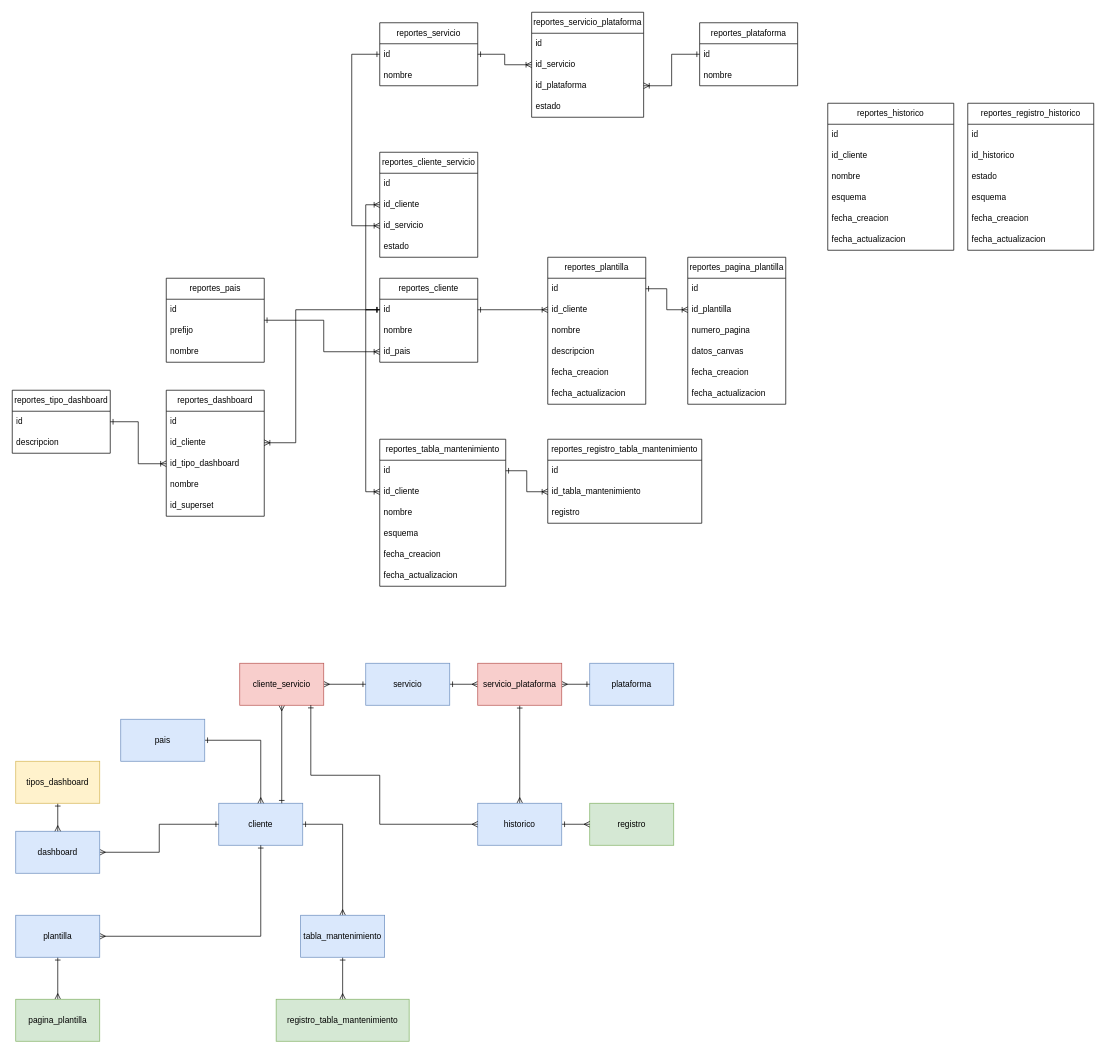
Above: Diagrama sin título.drawio in Ever-417/diagramas (draw.io), before the change. Source tidied: cells renumbered, new cells numbered last; positions are measured from the earlier drawing's top-left corner, leaving out a move shared by most shapes. Both pictures are drawn from the tidied source at 70%, with x=0, y=0 at pixel (12, 12).
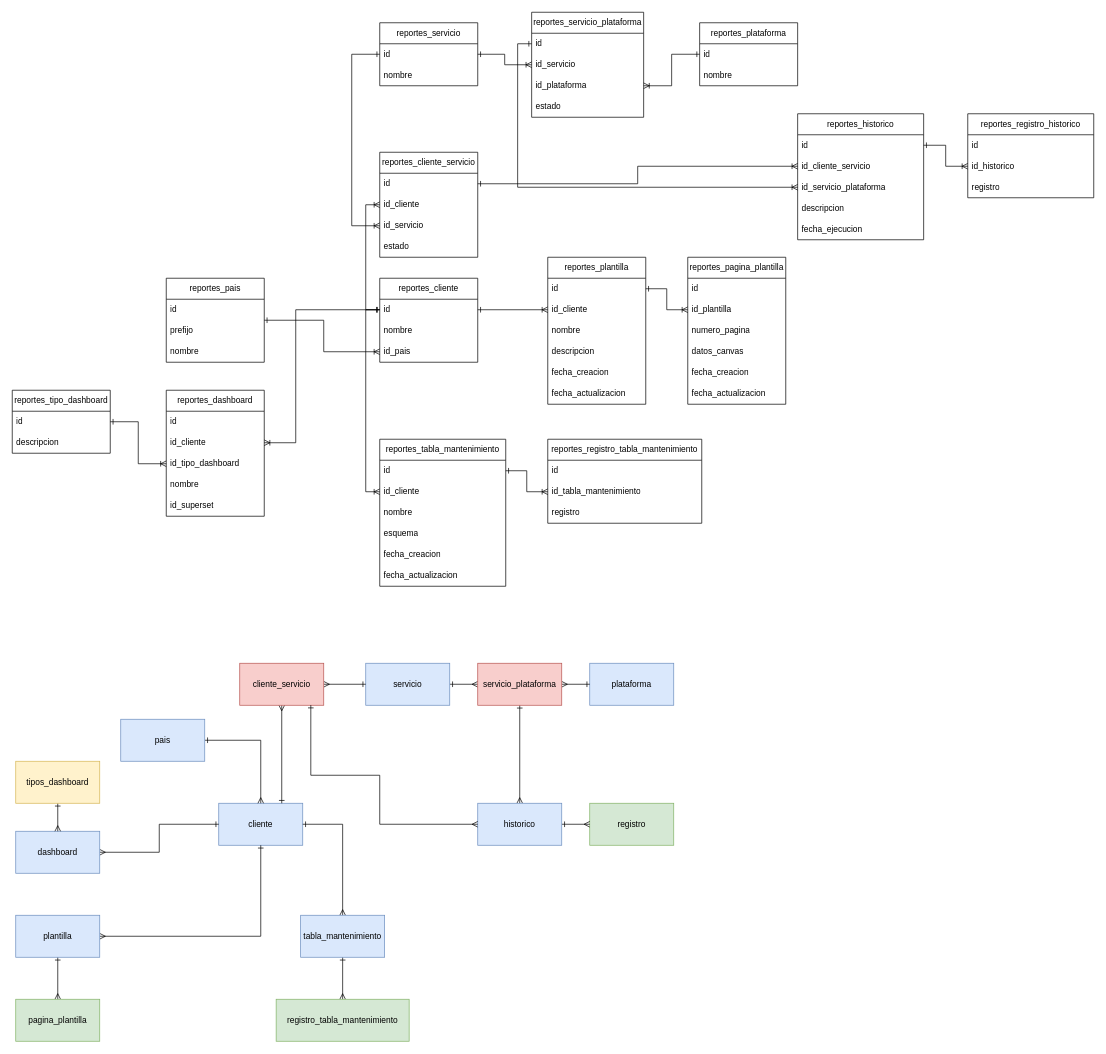
After the change.

Unchanged cells that the change refers to:
```xml
<mxCell id="73" value="id" style="text;strokeColor=none;fillColor=none;align=left;verticalAlign=middle;spacingLeft=4;spacingRight=4;overflow=hidden;points=[[0,0.5],[1,0.5]];portConstraint=eastwest;whiteSpace=wrap;html=1;" parent="72" vertex="1">
  <mxGeometry y="30" width="140" height="30" as="geometry" />
</mxCell>
<mxCell id="78" value="id" style="text;strokeColor=none;fillColor=none;align=left;verticalAlign=middle;spacingLeft=4;spacingRight=4;overflow=hidden;points=[[0,0.5],[1,0.5]];portConstraint=eastwest;whiteSpace=wrap;html=1;" parent="77" vertex="1">
  <mxGeometry y="30" width="160" height="30" as="geometry" />
</mxCell>
<mxCell id="100" value="id" style="text;strokeColor=none;fillColor=none;align=left;verticalAlign=middle;spacingLeft=4;spacingRight=4;overflow=hidden;points=[[0,0.5],[1,0.5]];portConstraint=eastwest;whiteSpace=wrap;html=1;" parent="99" vertex="1">
  <mxGeometry y="30" width="180" height="30" as="geometry" />
</mxCell>
<mxCell id="108" value="id_historico" style="text;strokeColor=none;fillColor=none;align=left;verticalAlign=middle;spacingLeft=4;spacingRight=4;overflow=hidden;points=[[0,0.5],[1,0.5]];portConstraint=eastwest;whiteSpace=wrap;html=1;" parent="106" vertex="1">
  <mxGeometry y="60" width="180" height="30" as="geometry" />
</mxCell>
```

The edit, as a diff of the source:
```diff
@@
     <mxCell id="99" value="reportes_historico" style="swimlane;fontStyle=0;horizontal=1;startSize=30;whiteSpace=wrap;html=1;" parent="1" vertex="1">
-      <mxGeometry x="1165" y="130" width="180" height="210" as="geometry" />
+      <mxGeometry x="1122" y="145" width="180" height="180" as="geometry" />
     </mxCell>
@@
-    <mxCell id="101" value="id_cliente" style="text;strokeColor=none;fillColor=none;align=left;verticalAlign=middle;spacingLeft=4;spacingRight=4;overflow=hidden;points=[[0,0.5],[1,0.5]];portConstraint=eastwest;whiteSpace=wrap;html=1;" parent="99" vertex="1">
+    <mxCell id="101" value="id_cliente_servicio" style="text;strokeColor=none;fillColor=none;align=left;verticalAlign=middle;spacingLeft=4;spacingRight=4;overflow=hidden;points=[[0,0.5],[1,0.5]];portConstraint=eastwest;whiteSpace=wrap;html=1;" parent="99" vertex="1">
       <mxGeometry y="60" width="180" height="30" as="geometry" />
     </mxCell>
-    <mxCell id="102" value="nombre" style="text;strokeColor=none;fillColor=none;align=left;verticalAlign=middle;spacingLeft=4;spacingRight=4;overflow=hidden;points=[[0,0.5],[1,0.5]];portConstraint=eastwest;whiteSpace=wrap;html=1;" parent="99" vertex="1">
+    <mxCell id="102" value="id_servicio_plataforma" style="text;strokeColor=none;fillColor=none;align=left;verticalAlign=middle;spacingLeft=4;spacingRight=4;overflow=hidden;points=[[0,0.5],[1,0.5]];portConstraint=eastwest;whiteSpace=wrap;html=1;" parent="99" vertex="1">
       <mxGeometry y="90" width="180" height="30" as="geometry" />
     </mxCell>
-    <mxCell id="103" value="esquema" style="text;strokeColor=none;fillColor=none;align=left;verticalAlign=middle;spacingLeft=4;spacingRight=4;overflow=hidden;whiteSpace=wrap;html=1;" parent="99" vertex="1">
+    <mxCell id="103" value="descripcion" style="text;strokeColor=none;fillColor=none;align=left;verticalAlign=middle;spacingLeft=4;spacingRight=4;overflow=hidden;whiteSpace=wrap;html=1;" parent="99" vertex="1">
       <mxGeometry y="120" width="180" height="30" as="geometry" />
     </mxCell>
-    <mxCell id="104" value="fecha_creacion" style="text;strokeColor=none;fillColor=none;align=left;verticalAlign=middle;spacingLeft=4;spacingRight=4;overflow=hidden;whiteSpace=wrap;html=1;" parent="99" vertex="1">
+    <mxCell id="104" value="fecha_ejecucion" style="text;strokeColor=none;fillColor=none;align=left;verticalAlign=middle;spacingLeft=4;spacingRight=4;overflow=hidden;whiteSpace=wrap;html=1;" parent="99" vertex="1">
       <mxGeometry y="150" width="180" height="30" as="geometry" />
     </mxCell>
-    <mxCell id="105" value="fecha_actualizacion" style="text;strokeColor=none;fillColor=none;align=left;verticalAlign=middle;spacingLeft=4;spacingRight=4;overflow=hidden;whiteSpace=wrap;html=1;" parent="99" vertex="1">
-      <mxGeometry y="180" width="180" height="30" as="geometry" />
-    </mxCell>
     <mxCell id="106" value="reportes_registro_historico" style="swimlane;fontStyle=0;horizontal=1;startSize=30;whiteSpace=wrap;html=1;" parent="1" vertex="1">
-      <mxGeometry x="1365" y="130" width="180" height="210" as="geometry" />
+      <mxGeometry x="1365" y="145" width="180" height="120" as="geometry" />
     </mxCell>
@@
-    <mxCell id="109" value="estado" style="text;strokeColor=none;fillColor=none;align=left;verticalAlign=middle;spacingLeft=4;spacingRight=4;overflow=hidden;whiteSpace=wrap;html=1;" parent="106" vertex="1">
-      <mxGeometry y="90" width="180" height="30" as="geometry" />
-    </mxCell>
-    <mxCell id="110" value="esquema" style="text;strokeColor=none;fillColor=none;align=left;verticalAlign=middle;spacingLeft=4;spacingRight=4;overflow=hidden;whiteSpace=wrap;html=1;" parent="106" vertex="1">
-      <mxGeometry y="120" width="180" height="30" as="geometry" />
-    </mxCell>
-    <mxCell id="111" value="fecha_creacion" style="text;strokeColor=none;fillColor=none;align=left;verticalAlign=middle;spacingLeft=4;spacingRight=4;overflow=hidden;whiteSpace=wrap;html=1;" parent="106" vertex="1">
-      <mxGeometry y="150" width="180" height="30" as="geometry" />
-    </mxCell>
-    <mxCell id="112" value="fecha_actualizacion" style="text;strokeColor=none;fillColor=none;align=left;verticalAlign=middle;spacingLeft=4;spacingRight=4;overflow=hidden;whiteSpace=wrap;html=1;" parent="106" vertex="1">
-      <mxGeometry y="180" width="180" height="30" as="geometry" />
-    </mxCell>
+    <mxCell id="113" value="registro" style="text;strokeColor=none;fillColor=none;align=left;verticalAlign=middle;spacingLeft=4;spacingRight=4;overflow=hidden;whiteSpace=wrap;html=1;" parent="106" vertex="1">
+      <mxGeometry y="90" width="180" height="30" as="geometry" />
+    </mxCell>
+    <mxCell id="114" style="edgeStyle=orthogonalEdgeStyle;rounded=0;jettySize=auto;html=1;entryX=1;entryY=0.5;entryDx=0;entryDy=0;endArrow=ERone;endFill=0;startArrow=ERoneToMany;startFill=0;" parent="1" edge="1" source="108" target="100">
+      <mxGeometry relative="1" as="geometry" />
+    </mxCell>
+    <mxCell id="115" style="edgeStyle=orthogonalEdgeStyle;rounded=0;jettySize=auto;html=1;entryX=1;entryY=0.5;entryDx=0;entryDy=0;endArrow=ERone;endFill=0;startArrow=ERoneToMany;startFill=0;" parent="1" edge="1" source="101" target="73">
+      <mxGeometry relative="1" as="geometry" />
+    </mxCell>
+    <mxCell id="116" style="edgeStyle=orthogonalEdgeStyle;rounded=0;jettySize=auto;html=1;entryX=0;entryY=0.5;entryDx=0;entryDy=0;endArrow=ERone;endFill=0;startArrow=ERoneToMany;startFill=0;" parent="1" edge="1" source="102" target="78">
+      <mxGeometry relative="1" as="geometry" />
+    </mxCell>
```
